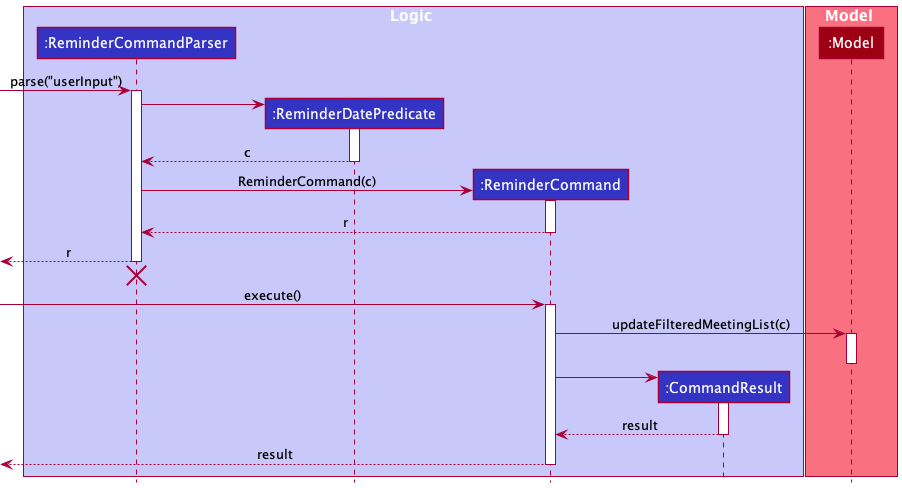
Before: docs/images/ReminderSequenceDiagram.png, a diagram exported from PlantUML (tomascherian/tp). Its diagram source:
```plantuml
@startuml

 !include style.puml

 box Logic LOGIC_COLOR_T1
 participant ":ReminderCommandParser" as ReminderCommandParser LOGIC_COLOR
 participant ":ReminderDatePredicate" as ReminderDatePredicate LOGIC_COLOR
 participant ":ReminderCommand" as ReminderCommand LOGIC_COLOR
 participant ":CommandResult" as CommandResult LOGIC_COLOR
 end box

 box Model MODEL_COLOR_T1
 participant ":Model" as Model MODEL_COLOR
 end box

 [-> ReminderCommandParser : parse("userInput")
 activate ReminderCommandParser

 create ReminderDatePredicate
 ReminderCommandParser -> ReminderDatePredicate
 activate ReminderDatePredicate

 ReminderDatePredicate --> ReminderCommandParser : c
 deactivate ReminderDatePredicate

 create ReminderCommand
 ReminderCommandParser -> ReminderCommand : ReminderCommand(c)
 activate ReminderCommand

 ReminderCommand --> ReminderCommandParser : r
 deactivate ReminderCommand

 [<-- ReminderCommandParser : r
 deactivate ReminderCommandParser
 [<-[hidden]- ReminderCommandParser
 destroy ReminderCommandParser

 [-> ReminderCommand : execute()
 activate ReminderCommand

 ReminderCommand -> Model : updateFilteredMeetingList(c)
 activate Model

 deactivate Model

 create CommandResult
 ReminderCommand -> CommandResult
 activate CommandResult

 CommandResult --> ReminderCommand : result
 deactivate CommandResult

 [<-- ReminderCommand : result
 deactivate ReminderCommand

 @enduml
```
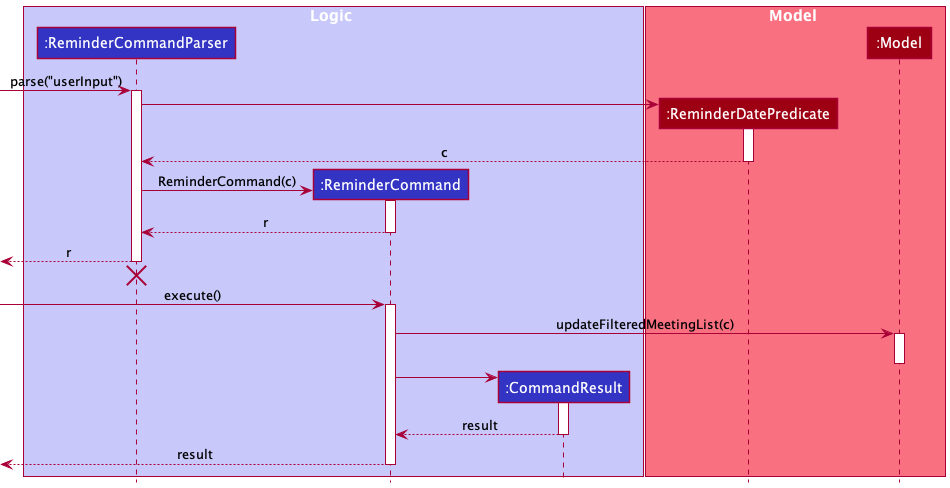
Above is the later version.

Commit message:
Update reminder diagram

The edit, as a diff of the source:
```diff
@@ -4,13 +4,13 @@
 
  box Logic LOGIC_COLOR_T1
  participant ":ReminderCommandParser" as ReminderCommandParser LOGIC_COLOR
- participant ":ReminderDatePredicate" as ReminderDatePredicate LOGIC_COLOR
  participant ":ReminderCommand" as ReminderCommand LOGIC_COLOR
  participant ":CommandResult" as CommandResult LOGIC_COLOR
  end box
 
  box Model MODEL_COLOR_T1
- participant ":Model" as Model MODEL_COLOR
+  participant ":ReminderDatePredicate" as ReminderDatePredicate MODEL_COLOR
+  participant ":Model" as Model MODEL_COLOR
  end box
 
  [-> ReminderCommandParser : parse("userInput")
```
